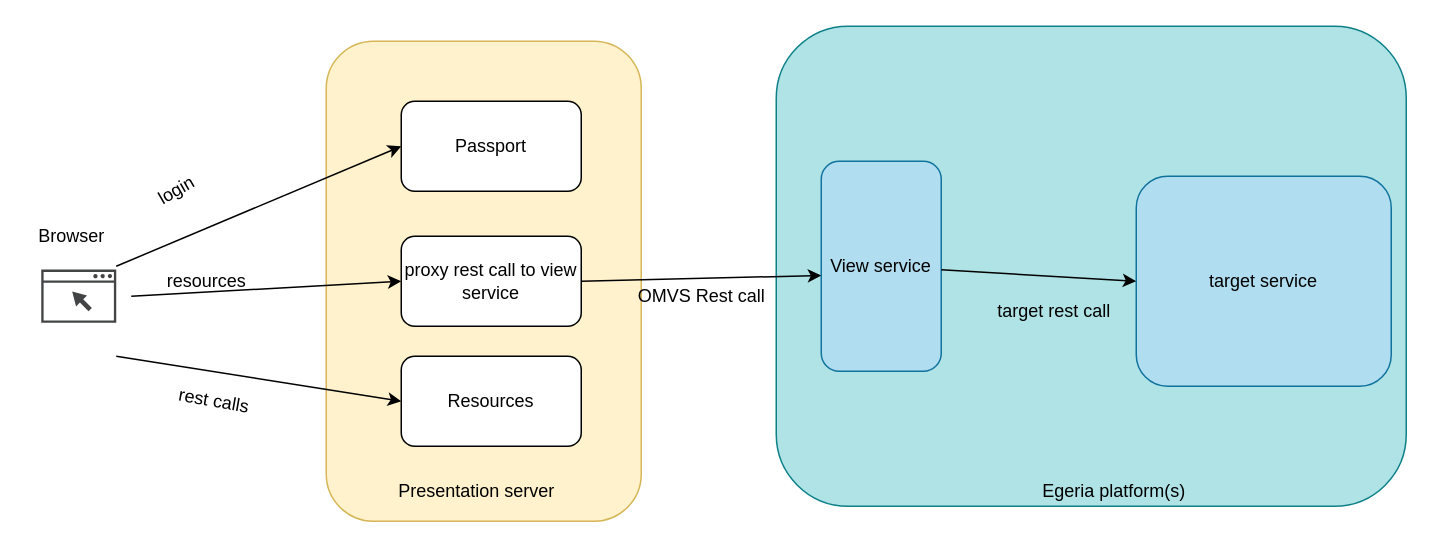
This is site/docs/user-interfaces/ecosystem/ui-components.drawio from odpi/egeria-docs, a draw.io file, before an edit. Source tidied: cells renumbered, new cells numbered last; positions are measured from the earlier drawing's top-left corner, leaving out a move shared by most shapes. Both pictures are drawn from the tidied source at 150%, with x=0, y=0 at pixel (26, 26).
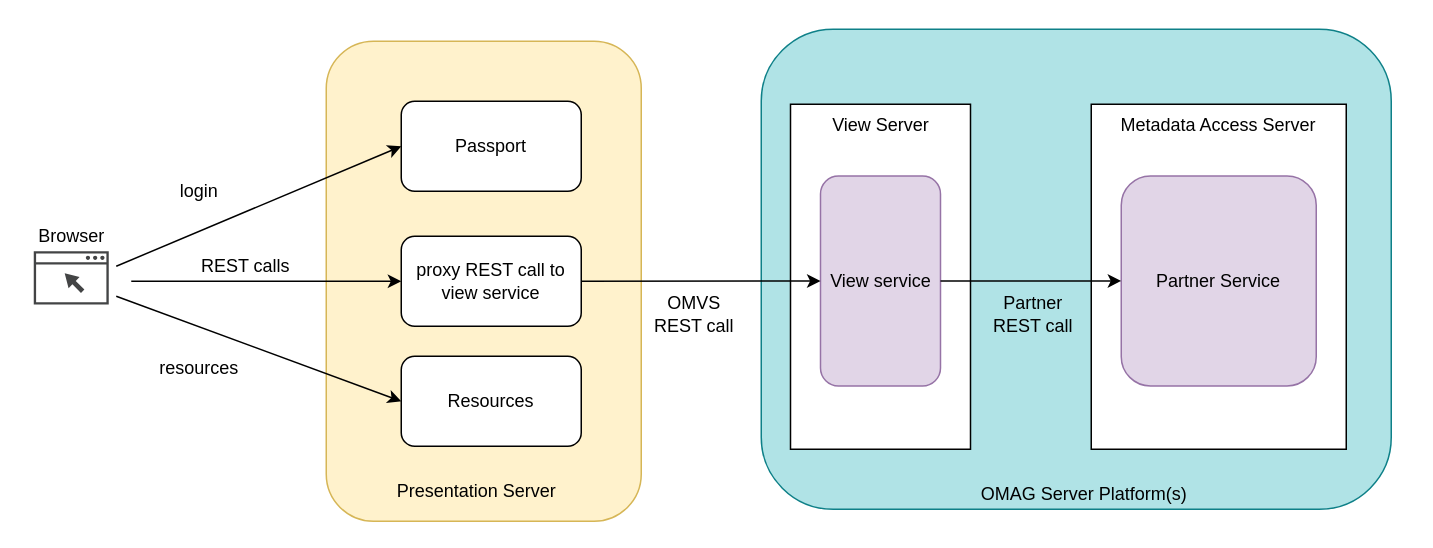
The same diagram, later.

Unchanged cells that the change refers to:
```xml
<mxCell id="7" value="Resources" style="rounded=1;whiteSpace=wrap;html=1;" parent="1" vertex="1">
  <mxGeometry x="250" y="220" width="120" height="60" as="geometry" />
</mxCell>
```

The edit, as a diff of the source:
```diff
@@
     <mxCell id="2" style="rounded=1;whiteSpace=wrap;html=1;fillColor=#b0e3e6;strokeColor=#0e8088;" parent="1" vertex="1">
-      <mxGeometry x="500" width="420" height="320" as="geometry" />
+      <mxGeometry x="490" y="2" width="420" height="320" as="geometry" />
     </mxCell>
@@
-    <mxCell id="5" value="View service" style="rounded=1;whiteSpace=wrap;html=1;fillColor=#b1ddf0;strokeColor=#10739e;" parent="1" vertex="1">
-      <mxGeometry x="530" y="90" width="80" height="140" as="geometry" />
-    </mxCell>
-    <mxCell id="6" value="proxy rest call to view service" style="rounded=1;whiteSpace=wrap;html=1;" parent="1" vertex="1">
+    <mxCell id="6" value="proxy REST call to view service" style="rounded=1;whiteSpace=wrap;html=1;" parent="1" vertex="1">
       <mxGeometry x="250" y="140" width="120" height="60" as="geometry" />
     </mxCell>
@@
     <mxCell id="8" style="sketch=0;shadow=0;dashed=0;html=1;strokeColor=none;fillColor=#434445;labelPosition=center;verticalLabelPosition=bottom;verticalAlign=top;align=center;shape=mxgraph.vvd.web_browser;" parent="1" vertex="1">
-      <mxGeometry x="10" y="162.2" width="50" height="35.5" as="geometry" />
+      <mxGeometry x="5" y="150" width="50" height="35.5" as="geometry" />
     </mxCell>
@@
-    <mxCell id="11" value="login" style="text;html=1;align=center;verticalAlign=middle;strokeColor=none;fillColor=none;rotation=-30;" parent="1" vertex="1">
-      <mxGeometry x="80" y="100" width="40" height="20" as="geometry" />
+    <mxCell id="11" value="login" style="text;html=1;align=center;verticalAlign=middle;strokeColor=none;fillColor=none;rotation=0;" parent="1" vertex="1">
+      <mxGeometry x="95" y="100" width="40" height="20" as="geometry" />
     </mxCell>
     <mxCell id="12" style="endArrow=classic;html=1;rounded=0;entryX=0;entryY=0.5;entryDx=0;entryDy=0;" parent="1" edge="1" target="7">
       <mxGeometry relative="1" as="geometry">
-        <mxPoint x="60" y="220" as="sourcePoint" />
+        <mxPoint x="60" y="180" as="sourcePoint" />
       </mxGeometry>
     </mxCell>
     <mxCell id="13" value="resources" style="text;html=1;align=center;verticalAlign=middle;strokeColor=none;fillColor=none;" parent="1" vertex="1">
-      <mxGeometry x="85" y="160" width="70" height="20" as="geometry" />
+      <mxGeometry x="80" y="217.8" width="70" height="20" as="geometry" />
     </mxCell>
     <mxCell id="14" style="endArrow=classic;html=1;rounded=0;entryX=0;entryY=0.5;entryDx=0;entryDy=0;" parent="1" edge="1" target="6">
       <mxGeometry relative="1" as="geometry">
-        <mxPoint x="70" y="180" as="sourcePoint" />
+        <mxPoint x="70" y="170" as="sourcePoint" />
       </mxGeometry>
     </mxCell>
-    <mxCell id="15" value="rest calls" style="text;html=1;align=center;verticalAlign=middle;strokeColor=none;fillColor=none;rotation=10;" parent="1" vertex="1">
-      <mxGeometry x="95" y="240" width="60" height="20" as="geometry" />
+    <mxCell id="15" value="REST calls" style="text;html=1;align=center;verticalAlign=middle;strokeColor=none;fillColor=none;rotation=0;" parent="1" vertex="1">
+      <mxGeometry x="111" y="150" width="70" height="20" as="geometry" />
     </mxCell>
-    <mxCell id="16" value="Presentation server" style="text;html=1;align=center;verticalAlign=middle;strokeColor=none;fillColor=none;" parent="1" vertex="1">
+    <mxCell id="16" value="Presentation Server" style="text;html=1;align=center;verticalAlign=middle;strokeColor=none;fillColor=none;" parent="1" vertex="1">
       <mxGeometry x="240" y="300" width="120" height="20" as="geometry" />
     </mxCell>
+    <mxCell id="21" value="OMAG Server Platform(s)" style="text;html=1;align=center;verticalAlign=middle;strokeColor=none;fillColor=none;" parent="1" vertex="1">
+      <mxGeometry x="629.5" y="302" width="150" height="20" as="geometry" />
+    </mxCell>
+    <mxCell id="23" value="View Server" style="rounded=0;whiteSpace=wrap;html=1;verticalAlign=top;" parent="1" vertex="1">
+      <mxGeometry x="509.5" y="52" width="120" height="230" as="geometry" />
+    </mxCell>
+    <mxCell id="24" value="Metadata Access Server" style="rounded=0;whiteSpace=wrap;html=1;verticalAlign=top;" parent="1" vertex="1">
+      <mxGeometry x="710" y="52" width="170" height="230" as="geometry" />
+    </mxCell>
+    <mxCell id="5" value="View service" style="rounded=1;whiteSpace=wrap;html=1;fillColor=#e1d5e7;strokeColor=#9673a6;" parent="1" vertex="1">
+      <mxGeometry x="529.5" y="99.8" width="80" height="140" as="geometry" />
+    </mxCell>
-    <mxCell id="17" style="endArrow=classic;html=1;rounded=0;exitX=1;exitY=0.5;exitDx=0;exitDy=0;entryX=0;entryY=0.544;entryDx=0;entryDy=0;entryPerimeter=0;startArrow=none;" parent="1" edge="1" source="6" target="5">
+    <mxCell id="17" style="endArrow=classic;html=1;rounded=0;exitX=1;exitY=0.5;exitDx=0;exitDy=0;startArrow=none;" parent="1" edge="1" source="6" target="5">
       <mxGeometry relative="1" as="geometry" />
     </mxCell>
-    <mxCell id="18" value="target service" style="rounded=1;whiteSpace=wrap;html=1;fillColor=#b1ddf0;strokeColor=#10739e;" parent="1" vertex="1">
-      <mxGeometry x="740" y="100" width="170" height="140" as="geometry" />
+    <mxCell id="18" value="Partner Service" style="rounded=1;whiteSpace=wrap;html=1;fillColor=#e1d5e7;strokeColor=#9673a6;" parent="1" vertex="1">
+      <mxGeometry x="730" y="99.8" width="130" height="140" as="geometry" />
     </mxCell>
@@
-    <mxCell id="20" value="target rest call" style="text;html=1;align=center;verticalAlign=middle;strokeColor=none;fillColor=none;" parent="1" vertex="1">
-      <mxGeometry x="640" y="180" width="90" height="20" as="geometry" />
+    <mxCell id="20" value="Partner&lt;br&gt;REST call" style="text;html=1;align=center;verticalAlign=middle;strokeColor=none;fillColor=none;" parent="1" vertex="1">
+      <mxGeometry x="636" y="177" width="70" height="30" as="geometry" />
     </mxCell>
-    <mxCell id="21" value="Egeria platform(s)" style="text;html=1;align=center;verticalAlign=middle;strokeColor=none;fillColor=none;" parent="1" vertex="1">
-      <mxGeometry x="670" y="300" width="110" height="20" as="geometry" />
-    </mxCell>
-    <mxCell id="22" value="OMVS Rest call" style="text;html=1;align=center;verticalAlign=middle;strokeColor=none;fillColor=none;" parent="1" vertex="1">
-      <mxGeometry x="400" y="170" width="100" height="20" as="geometry" />
+    <mxCell id="22" value="OMVS&lt;br&gt;REST call" style="text;html=1;align=center;verticalAlign=middle;strokeColor=none;fillColor=none;" parent="1" vertex="1">
+      <mxGeometry x="410" y="177" width="70" height="30" as="geometry" />
     </mxCell>
```
